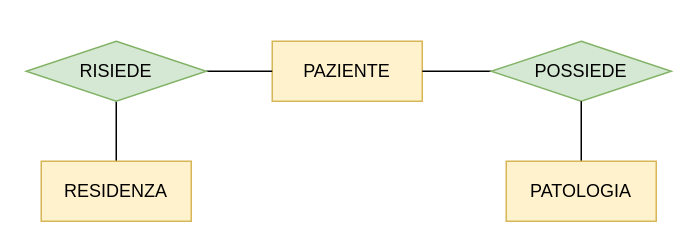
Earlier version of the draw.io diagram report/Diagrammi E-R/4.drawio (luigi-borriello00/Vaccinations-Tracker). Source tidied: cells renumbered, new cells numbered last; positions are measured from the earlier drawing's top-left corner, leaving out a move shared by most shapes. Both pictures are drawn from the tidied source at 150%, with x=0, y=0 at pixel (26, 40).
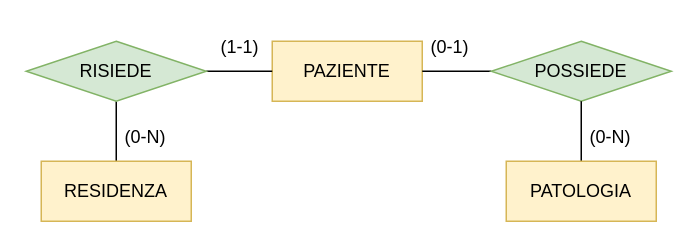
The same page after the edit.

Change to the diagram source:
```diff
@@
 <mxGraphModel>
   <root>
     <mxCell id="0" />
     <mxCell id="1" parent="0" />
     <mxCell id="2" value="PAZIENTE" style="whiteSpace=wrap;html=1;align=center;fontSize=12;fillColor=#fff2cc;strokeColor=#d6b656;" parent="1" vertex="1">
       <mxGeometry x="164" width="100" height="40" as="geometry" />
     </mxCell>
     <mxCell id="3" style="edgeStyle=orthogonalEdgeStyle;rounded=0;jettySize=auto;html=1;endArrow=none;endFill=0;" parent="1" edge="1" source="4" target="2">
       <mxGeometry relative="1" as="geometry" />
     </mxCell>
     <mxCell id="4" value="POSSIEDE" style="shape=rhombus;perimeter=rhombusPerimeter;whiteSpace=wrap;html=1;align=center;fillColor=#d5e8d4;strokeColor=#82b366;" parent="1" vertex="1">
       <mxGeometry x="310" width="120" height="40" as="geometry" />
     </mxCell>
     <mxCell id="5" style="edgeStyle=orthogonalEdgeStyle;rounded=0;jettySize=auto;html=1;exitX=0.5;exitY=0;exitDx=0;exitDy=0;entryX=0.5;entryY=1;entryDx=0;entryDy=0;endArrow=none;endFill=0;" parent="1" edge="1" source="6" target="4">
       <mxGeometry relative="1" as="geometry" />
     </mxCell>
     <mxCell id="6" value="PATOLOGIA" style="whiteSpace=wrap;html=1;align=center;fontSize=12;fillColor=#fff2cc;strokeColor=#d6b656;" parent="1" vertex="1">
       <mxGeometry x="320" y="80" width="100" height="40" as="geometry" />
     </mxCell>
     <mxCell id="7" style="edgeStyle=orthogonalEdgeStyle;rounded=0;jettySize=auto;html=1;endArrow=none;endFill=0;" parent="1" edge="1" source="9" target="10">
       <mxGeometry relative="1" as="geometry" />
     </mxCell>
     <mxCell id="8" style="edgeStyle=orthogonalEdgeStyle;rounded=0;jettySize=auto;html=1;endArrow=none;endFill=0;" parent="1" edge="1" source="9" target="2">
       <mxGeometry relative="1" as="geometry" />
     </mxCell>
     <mxCell id="9" value="RISIEDE" style="shape=rhombus;perimeter=rhombusPerimeter;whiteSpace=wrap;html=1;align=center;fillColor=#d5e8d4;strokeColor=#82b366;" parent="1" vertex="1">
       <mxGeometry width="120" height="40" as="geometry" />
     </mxCell>
     <mxCell id="10" value="RESIDENZA" style="whiteSpace=wrap;html=1;align=center;fontSize=12;fillColor=#fff2cc;strokeColor=#d6b656;" parent="1" vertex="1">
       <mxGeometry x="10" y="80" width="100" height="40" as="geometry" />
     </mxCell>
+    <mxCell id="11" value="(0-N)" style="text;strokeColor=none;fillColor=none;spacingLeft=4;spacingRight=4;overflow=hidden;fontSize=12;" parent="1" vertex="1">
+      <mxGeometry x="370" y="50" width="40" height="30" as="geometry" />
+    </mxCell>
+    <mxCell id="12" value="(0-N)" style="text;strokeColor=none;fillColor=none;spacingLeft=4;spacingRight=4;overflow=hidden;fontSize=12;" parent="1" vertex="1">
+      <mxGeometry x="60" y="50" width="40" height="30" as="geometry" />
+    </mxCell>
+    <mxCell id="13" value="(1-1)" style="text;strokeColor=none;fillColor=none;spacingLeft=4;spacingRight=4;overflow=hidden;fontSize=12;" parent="1" vertex="1">
+      <mxGeometry x="124" y="-10" width="40" height="30" as="geometry" />
+    </mxCell>
+    <mxCell id="14" value="(0-1)" style="text;strokeColor=none;fillColor=none;spacingLeft=4;spacingRight=4;overflow=hidden;fontSize=12;" parent="1" vertex="1">
+      <mxGeometry x="264" y="-10" width="40" height="30" as="geometry" />
+    </mxCell>
   </root>
 </mxGraphModel>
```
